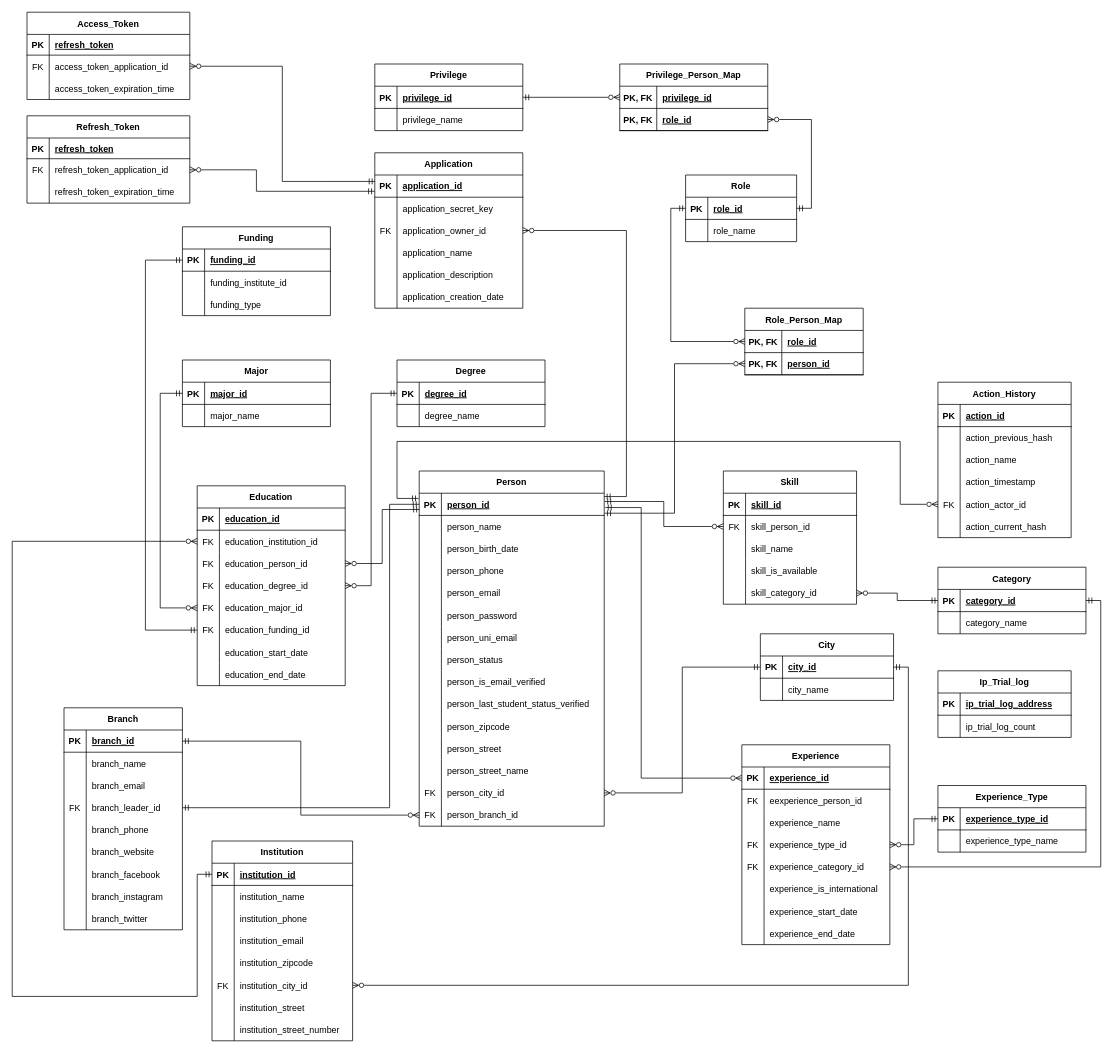
This is sql-init/Schema Sensus Database.drawio from ppijerman/ppij-identity-backend, a draw.io file, before an edit. Source tidied: cells renumbered, new cells numbered last; positions are measured from the earlier drawing's top-left corner, leaving out a move shared by most shapes. Both pictures are drawn from the tidied source at 74%, with x=0, y=0 at pixel (12, 12).
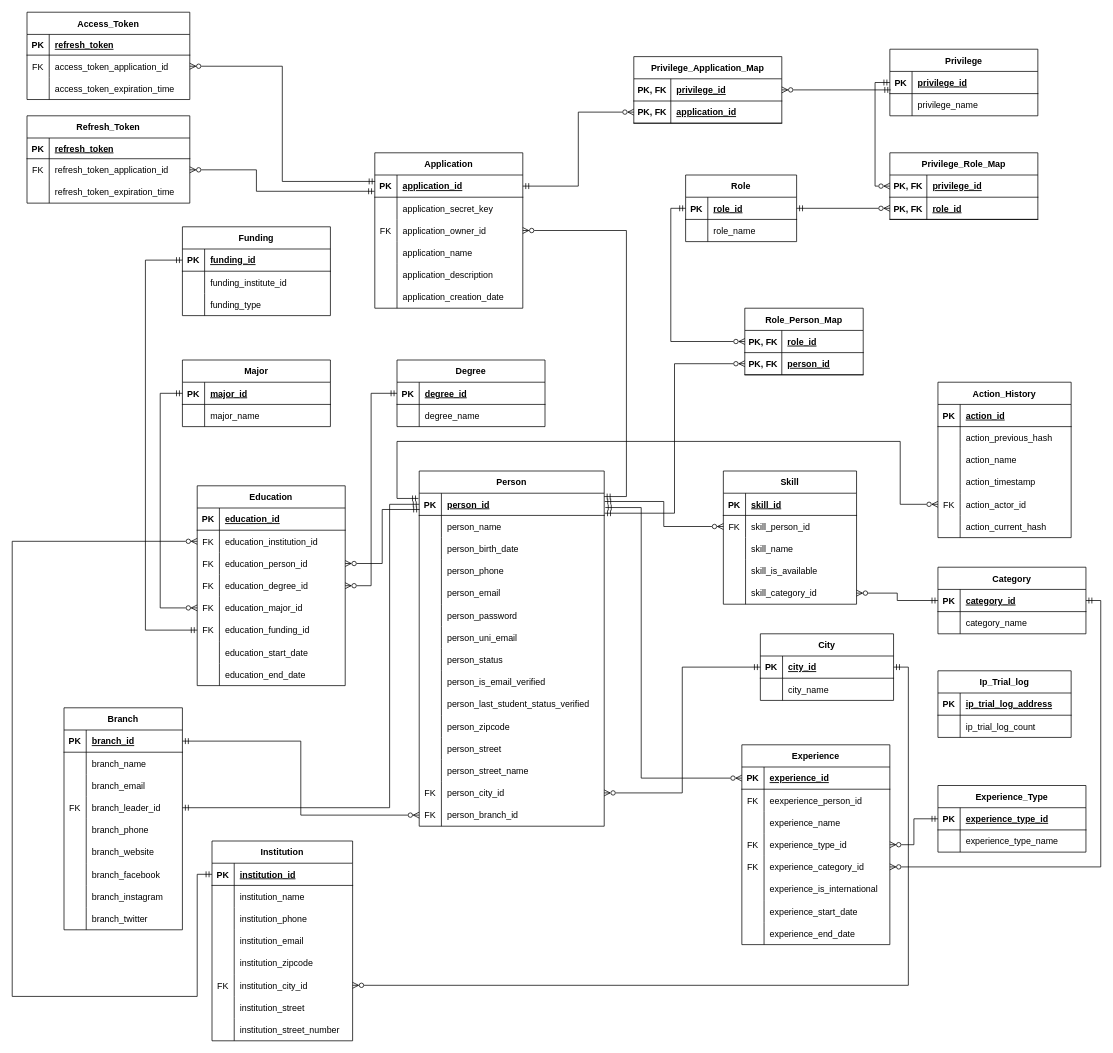
The same page after the edit.

Commit message:
Added application privilege map table

Unchanged cells that the change refers to:
```xml
<mxCell id="149" style="shape=tableRow;horizontal=0;startSize=0;swimlaneHead=0;swimlaneBody=0;fillColor=none;points=[[0,0.5],[1,0.5]];portConstraint=eastwest;top=0;left=0;right=0;bottom=1;" parent="148" vertex="1">
  <mxGeometry y="30" width="150" height="30" as="geometry" />
</mxCell>
<mxCell id="156" style="shape=tableRow;horizontal=0;startSize=0;swimlaneHead=0;swimlaneBody=0;fillColor=none;points=[[0,0.5],[1,0.5]];portConstraint=eastwest;top=0;left=0;right=0;bottom=1;" parent="155" vertex="1">
  <mxGeometry y="30" width="200" height="30" as="geometry" />
</mxCell>
<mxCell id="159" style="shape=tableRow;horizontal=0;startSize=0;swimlaneHead=0;swimlaneBody=0;fillColor=none;points=[[0,0.5],[1,0.5]];portConstraint=eastwest;top=0;left=0;right=0;bottom=1;" parent="155" vertex="1">
  <mxGeometry y="60" width="200" height="30" as="geometry" />
</mxCell>
<mxCell id="163" style="shape=tableRow;horizontal=0;startSize=0;swimlaneHead=0;swimlaneBody=0;fillColor=none;points=[[0,0.5],[1,0.5]];portConstraint=eastwest;top=0;left=0;right=0;bottom=1;" parent="162" vertex="1">
  <mxGeometry y="30" width="200" height="30" as="geometry" />
</mxCell>
<mxCell id="171" style="shape=tableRow;horizontal=0;startSize=0;swimlaneHead=0;swimlaneBody=0;fillColor=none;points=[[0,0.5],[1,0.5]];portConstraint=eastwest;top=0;left=0;right=0;bottom=1;" parent="170" vertex="1">
  <mxGeometry y="30" width="200" height="30" as="geometry" />
</mxCell>
```

Diff of the diagram source:
```diff
@@
-    <mxCell id="5" style="edgeStyle=orthogonalEdgeStyle;rounded=0;jettySize=auto;html=1;entryX=1;entryY=0.5;entryDx=0;entryDy=0;startArrow=ERzeroToMany;startFill=0;endArrow=ERmandOne;endFill=0;exitX=1;exitY=0.5;exitDx=0;exitDy=0;" parent="1" edge="1" source="159" target="149">
+    <mxCell id="5" style="edgeStyle=orthogonalEdgeStyle;rounded=0;jettySize=auto;html=1;entryX=1;entryY=0.5;entryDx=0;entryDy=0;startArrow=ERzeroToMany;startFill=0;endArrow=ERmandOne;endFill=0;exitX=0;exitY=0.5;exitDx=0;exitDy=0;" parent="1" edge="1" source="159" target="149">
       <mxGeometry relative="1" as="geometry" />
     </mxCell>
@@
-    <mxCell id="155" value="Privilege_Person_Map" style="shape=table;startSize=30;childLayout=tableLayout;rowLines=0;fontStyle=1;align=center;" parent="1" vertex="1">
-      <mxGeometry x="821" y="70" width="200" height="90" as="geometry" />
+    <mxCell id="155" value="Privilege_Role_Map" style="shape=table;startSize=30;childLayout=tableLayout;rowLines=0;fontStyle=1;align=center;" parent="1" vertex="1">
+      <mxGeometry x="1186" y="190" width="200" height="90" as="geometry" />
     </mxCell>
@@
     <mxCell id="162" value="Privilege" style="shape=table;startSize=30;childLayout=tableLayout;rowLines=0;fontStyle=1;align=center;" parent="1" vertex="1">
-      <mxGeometry x="490" y="70" width="200" height="90" as="geometry" />
+      <mxGeometry x="1186" y="50" width="200" height="90" as="geometry" />
     </mxCell>
@@
-    <mxCell id="169" style="edgeStyle=orthogonalEdgeStyle;rounded=0;jettySize=auto;html=1;entryX=1;entryY=0.5;entryDx=0;entryDy=0;startArrow=ERzeroToMany;startFill=0;endArrow=ERmandOne;endFill=0;" parent="1" edge="1" source="156" target="163">
+    <mxCell id="169" style="edgeStyle=orthogonalEdgeStyle;rounded=0;jettySize=auto;html=1;entryX=0;entryY=0.5;entryDx=0;entryDy=0;startArrow=ERzeroToMany;startFill=0;endArrow=ERmandOne;endFill=0;exitX=0;exitY=0.5;exitDx=0;exitDy=0;" parent="1" edge="1" source="156" target="163">
       <mxGeometry relative="1" as="geometry" />
     </mxCell>
@@
+    <mxCell id="327" value="Privilege_Application_Map" style="shape=table;startSize=30;childLayout=tableLayout;rowLines=0;fontStyle=1;align=center;" parent="1" vertex="1">
+      <mxGeometry x="840" y="60" width="200" height="90" as="geometry" />
+    </mxCell>
+    <mxCell id="328" style="shape=tableRow;horizontal=0;startSize=0;swimlaneHead=0;swimlaneBody=0;fillColor=none;points=[[0,0.5],[1,0.5]];portConstraint=eastwest;top=0;left=0;right=0;bottom=1;" parent="327" vertex="1">
+      <mxGeometry y="30" width="200" height="30" as="geometry" />
+    </mxCell>
+    <mxCell id="329" value="PK, FK" style="shape=partialRectangle;fillColor=none;top=0;left=0;bottom=0;right=0;fontStyle=1;overflow=hidden;" parent="328" vertex="1">
+      <mxGeometry width="50" height="30" as="geometry" />
+    </mxCell>
+    <mxCell id="330" value="privilege_id" style="shape=partialRectangle;fillColor=none;top=0;left=0;bottom=0;right=0;align=left;spacingLeft=6;fontStyle=5;overflow=hidden;" parent="328" vertex="1">
+      <mxGeometry x="50" width="150" height="30" as="geometry" />
+    </mxCell>
+    <mxCell id="331" style="shape=tableRow;horizontal=0;startSize=0;swimlaneHead=0;swimlaneBody=0;fillColor=none;points=[[0,0.5],[1,0.5]];portConstraint=eastwest;top=0;left=0;right=0;bottom=1;" parent="327" vertex="1">
+      <mxGeometry y="60" width="200" height="30" as="geometry" />
+    </mxCell>
+    <mxCell id="332" value="PK, FK" style="shape=partialRectangle;fillColor=none;top=0;left=0;bottom=0;right=0;fontStyle=1;overflow=hidden;" parent="331" vertex="1">
+      <mxGeometry width="50" height="30" as="geometry" />
+    </mxCell>
+    <mxCell id="333" value="application_id" style="shape=partialRectangle;fillColor=none;top=0;left=0;bottom=0;right=0;align=left;spacingLeft=6;fontStyle=5;overflow=hidden;" parent="331" vertex="1">
+      <mxGeometry x="50" width="150" height="30" as="geometry" />
+    </mxCell>
+    <mxCell id="334" style="edgeStyle=orthogonalEdgeStyle;rounded=0;jettySize=auto;html=1;startArrow=ERzeroToMany;startFill=0;endArrow=ERmandOne;endFill=0;exitX=0;exitY=0.5;exitDx=0;exitDy=0;" parent="1" edge="1" source="331" target="171">
+      <mxGeometry relative="1" as="geometry" />
+    </mxCell>
+    <mxCell id="335" style="edgeStyle=orthogonalEdgeStyle;rounded=0;jettySize=auto;html=1;entryX=0.006;entryY=0.833;entryDx=0;entryDy=0;entryPerimeter=0;startArrow=ERzeroToMany;startFill=0;endArrow=ERmandOne;endFill=0;" parent="1" edge="1" source="328" target="163">
+      <mxGeometry relative="1" as="geometry" />
+    </mxCell>
```
